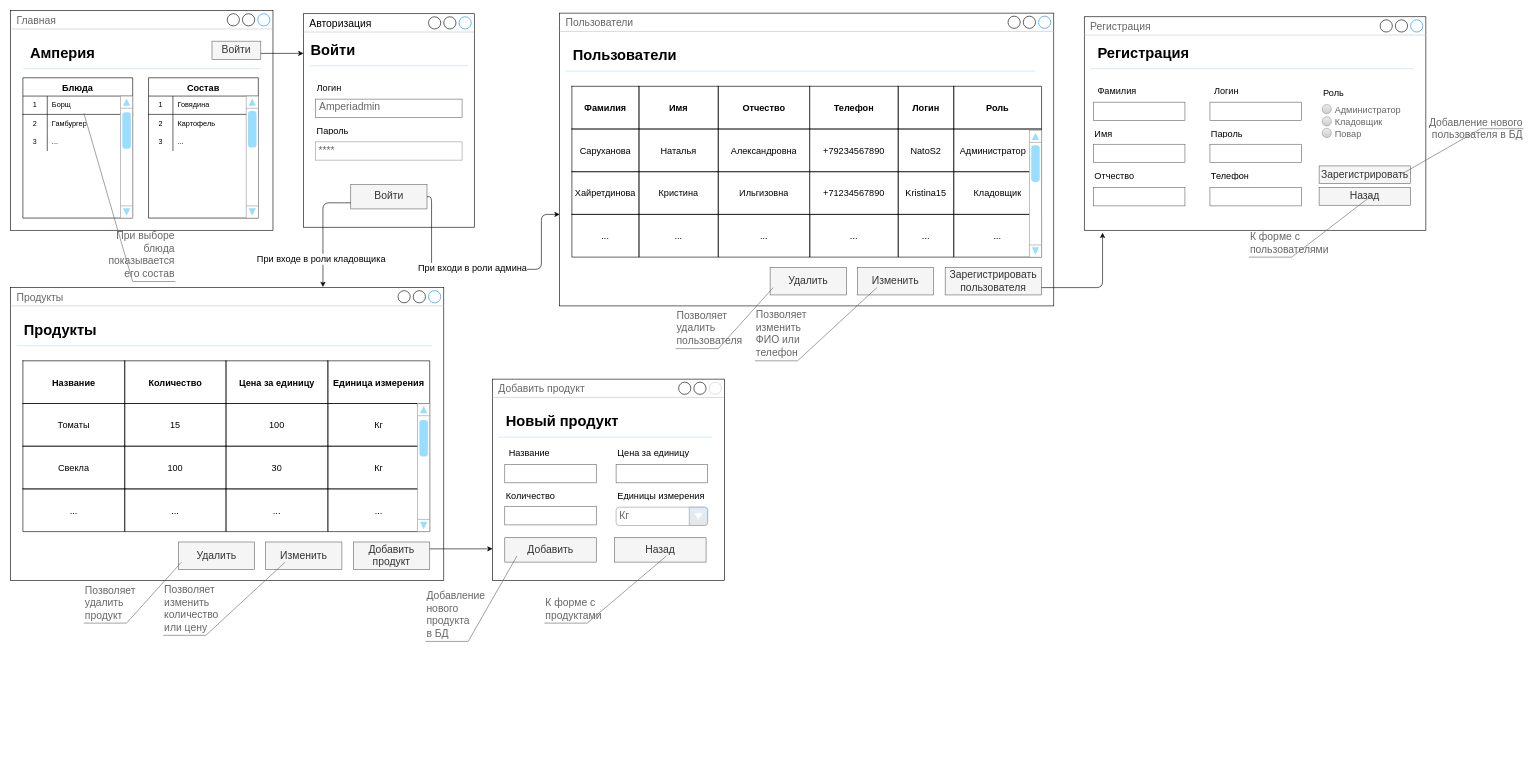
Natasaruk/PPMixCart keeps this draw.io diagram as Untitled Diagram.drawio. Above is the earlier version. Source tidied: cells renumbered, new cells numbered last; positions are measured from the earlier drawing's top-left corner, leaving out a move shared by most shapes. Both pictures are drawn from the tidied source at 61%, with x=0, y=0 at pixel (10, 10).
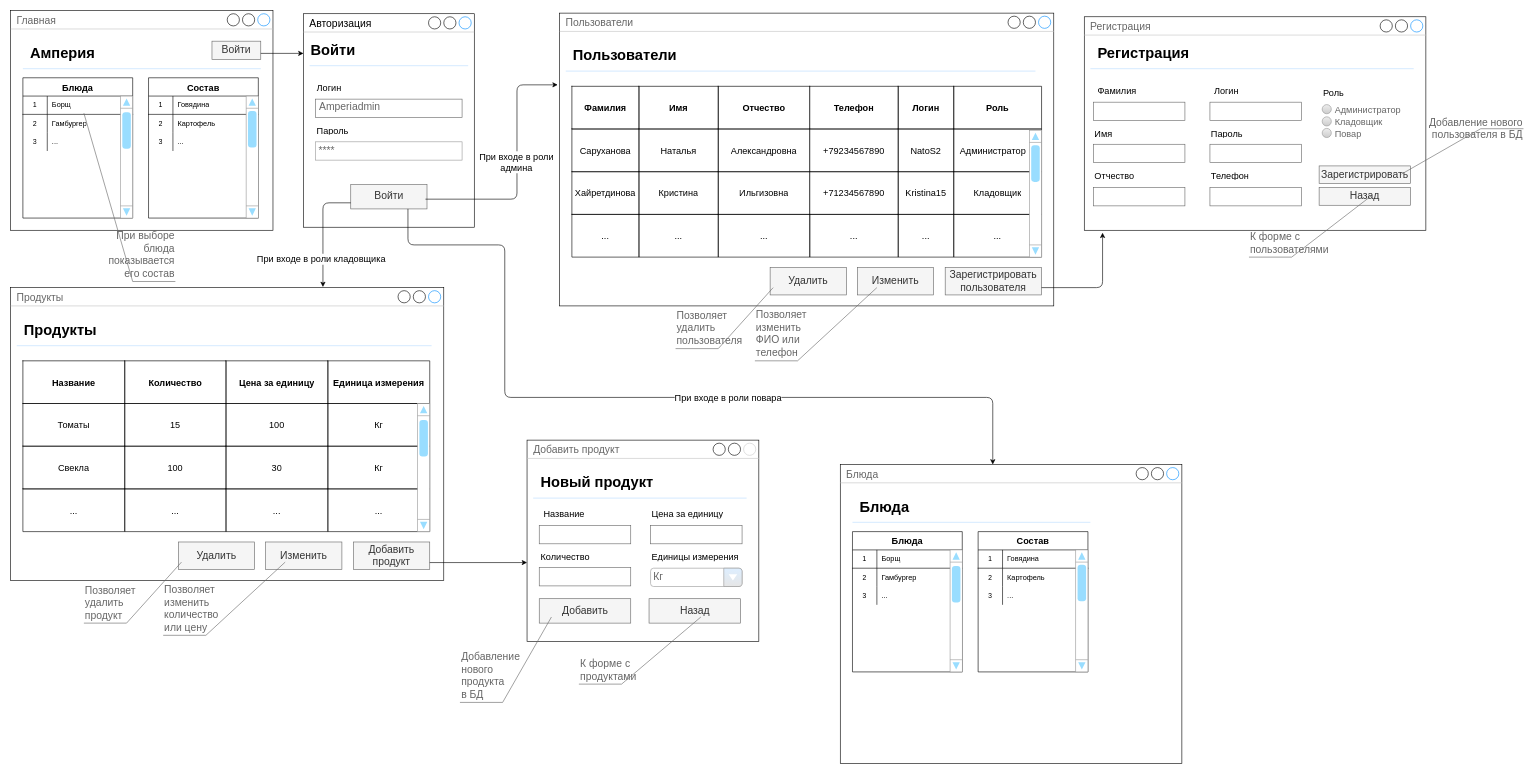
Above is the later version.

Unchanged cells that the change refers to:
```xml
<mxCell id="12" value="Войти" style="rounded=0;whiteSpace=wrap;html=1;fontSize=17;fillColor=#f5f5f5;strokeColor=#666666;fontColor=#333333;align=center;" parent="1" vertex="1">
  <mxGeometry x="557.5" y="285" width="125" height="40" as="geometry" />
</mxCell>
<mxCell id="93" value="Добавить продукт" style="rounded=0;whiteSpace=wrap;html=1;fontSize=17;fillColor=#f5f5f5;strokeColor=#666666;fontColor=#333333;align=center;" parent="1" vertex="1">
  <mxGeometry x="562" y="871" width="125" height="45" as="geometry" />
</mxCell>
<mxCell id="105" value="Пользователи" style="strokeWidth=1;shadow=0;dashed=0;align=center;html=1;shape=mxgraph.mockup.containers.window;align=left;verticalAlign=top;spacingLeft=8;strokeColor2=#008cff;strokeColor3=#c4c4c4;fontColor=#666666;mainText=;fontSize=17;labelBackgroundColor=none;rounded=0;sketch=0;gradientColor=none;" parent="1" vertex="1">
  <mxGeometry x="900" y="4" width="810" height="480" as="geometry" />
</mxCell>
```

What changed in the source:
```diff
@@
     <mxCell id="30" value="Добавить продукт" style="strokeWidth=1;shadow=0;dashed=0;align=center;html=1;shape=mxgraph.mockup.containers.window;align=left;verticalAlign=top;spacingLeft=8;strokeColor2=#CCCCCC;strokeColor3=#c4c4c4;fontColor=#666666;mainText=;fontSize=17;labelBackgroundColor=none;gradientColor=none;" parent="1" vertex="1">
-      <mxGeometry x="790" y="604" width="380" height="330" as="geometry" />
+      <mxGeometry x="846.5" y="704" width="380" height="330" as="geometry" />
     </mxCell>
     <mxCell id="31" value="Новый продукт" style="text;strokeColor=none;fillColor=none;html=1;fontSize=24;fontStyle=1;verticalAlign=middle;align=left;" parent="1" vertex="1">
-      <mxGeometry x="810" y="654" width="100" height="40" as="geometry" />
+      <mxGeometry x="866.5" y="754" width="100" height="40" as="geometry" />
     </mxCell>
     <mxCell id="32" style="shape=line;strokeColor=#ddeeff;strokeWidth=2;html=1;align=left;" parent="1" vertex="1">
-      <mxGeometry x="800" y="694" width="350" height="10" as="geometry" />
+      <mxGeometry x="856.5" y="794" width="350" height="10" as="geometry" />
     </mxCell>
     <mxCell id="33" value="Цена за единицу" style="text;html=1;strokeColor=none;fillColor=none;align=left;verticalAlign=middle;whiteSpace=wrap;overflow=hidden;fontSize=15;" parent="1" vertex="1">
-      <mxGeometry x="992.5" y="714" width="160" height="20" as="geometry" />
+      <mxGeometry x="1049" y="814" width="160" height="20" as="geometry" />
     </mxCell>
     <mxCell id="34" value="Количество" style="text;html=1;strokeColor=none;fillColor=none;align=left;verticalAlign=middle;whiteSpace=wrap;overflow=hidden;fontSize=15;" parent="1" vertex="1">
-      <mxGeometry x="810" y="784" width="100" height="20" as="geometry" />
+      <mxGeometry x="866.5" y="884" width="100" height="20" as="geometry" />
     </mxCell>
     <mxCell id="35" value="Название" style="text;html=1;strokeColor=none;fillColor=none;align=left;verticalAlign=middle;whiteSpace=wrap;overflow=hidden;fontSize=15;" parent="1" vertex="1">
-      <mxGeometry x="815" y="714" width="80" height="20" as="geometry" />
+      <mxGeometry x="871.5" y="814" width="80" height="20" as="geometry" />
     </mxCell>
     <mxCell id="36" style="strokeWidth=1;shadow=0;dashed=0;align=left;html=1;shape=mxgraph.mockup.text.textBox;fontColor=#666666;align=left;fontSize=17;spacingLeft=4;spacingTop=-3;strokeColor=#666666;mainText=;gradientColor=none;" parent="1" vertex="1">
-      <mxGeometry x="810" y="744" width="150" height="30" as="geometry" />
+      <mxGeometry x="866.5" y="844" width="150" height="30" as="geometry" />
     </mxCell>
     <mxCell id="37" style="strokeWidth=1;shadow=0;dashed=0;align=left;html=1;shape=mxgraph.mockup.text.textBox;fontColor=#666666;align=left;fontSize=17;spacingLeft=4;spacingTop=-3;strokeColor=#666666;mainText=;gradientColor=none;" parent="1" vertex="1">
-      <mxGeometry x="810" y="813" width="150" height="30" as="geometry" />
+      <mxGeometry x="866.5" y="913" width="150" height="30" as="geometry" />
     </mxCell>
     <mxCell id="38" value="Единицы измерения" style="text;html=1;strokeColor=none;fillColor=none;align=left;verticalAlign=middle;whiteSpace=wrap;overflow=hidden;fontSize=15;" parent="1" vertex="1">
-      <mxGeometry x="992.5" y="784" width="147.5" height="20" as="geometry" />
+      <mxGeometry x="1049" y="884" width="147.5" height="20" as="geometry" />
     </mxCell>
     <mxCell id="39" style="strokeWidth=1;shadow=0;dashed=0;align=left;html=1;shape=mxgraph.mockup.text.textBox;fontColor=#666666;align=left;fontSize=17;spacingLeft=4;spacingTop=-3;strokeColor=#666666;mainText=;gradientColor=none;" parent="1" vertex="1">
-      <mxGeometry x="992.5" y="744" width="150" height="30" as="geometry" />
+      <mxGeometry x="1049" y="844" width="150" height="30" as="geometry" />
     </mxCell>
     <mxCell id="40" value="Кг" style="strokeWidth=1;shadow=0;dashed=0;align=center;html=1;shape=mxgraph.mockup.forms.comboBox;strokeColor=#999999;fillColor=#ddeeff;align=left;fillColor2=#E6E6E6;mainText=;fontColor=#666666;fontSize=17;spacingLeft=3;labelBackgroundColor=none;sketch=0;" parent="1" vertex="1">
-      <mxGeometry x="992.5" y="814" width="150" height="30" as="geometry" />
+      <mxGeometry x="1049" y="914" width="150" height="30" as="geometry" />
     </mxCell>
     <mxCell id="41" value="Добавить" style="rounded=0;whiteSpace=wrap;html=1;fontSize=17;fillColor=#f5f5f5;strokeColor=#666666;fontColor=#333333;align=center;" parent="1" vertex="1">
-      <mxGeometry x="810" y="864" width="150" height="40" as="geometry" />
+      <mxGeometry x="866.5" y="964" width="150" height="40" as="geometry" />
     </mxCell>
@@
-    <mxCell id="98" style="edgeStyle=segmentEdgeStyle;endArrow=classic;html=1;fontSize=15;exitX=1;exitY=0.25;exitDx=0;exitDy=0;" parent="1" edge="1" source="93" target="30">
+    <mxCell id="98" style="edgeStyle=segmentEdgeStyle;endArrow=classic;html=1;fontSize=15;exitX=1;exitY=0.75;exitDx=0;exitDy=0;" parent="1" edge="1" source="93" target="30">
       <mxGeometry relative="1" as="geometry" />
     </mxCell>
@@
     <mxCell id="101" value="Добавление&lt;br&gt;нового&lt;br&gt;продукта&lt;br&gt;в БД" style="strokeWidth=1;shadow=0;dashed=0;align=center;html=1;shape=mxgraph.mockup.text.callout;linkText=;textSize=17;textColor=#666666;callDir=SW;callStyle=line;fontSize=17;fontColor=#666666;align=left;verticalAlign=bottom;strokeColor=#666666;rounded=0;labelBackgroundColor=none;sketch=0;gradientColor=none;" parent="1" vertex="1">
-      <mxGeometry x="680" y="894" width="150" height="140" as="geometry" />
+      <mxGeometry x="736.5" y="994" width="150" height="140" as="geometry" />
     </mxCell>
     <mxCell id="102" value="Назад" style="rounded=0;whiteSpace=wrap;html=1;fontSize=17;fillColor=#f5f5f5;strokeColor=#666666;fontColor=#333333;align=center;" parent="1" vertex="1">
-      <mxGeometry x="990" y="864" width="150" height="40" as="geometry" />
+      <mxGeometry x="1046.5" y="964" width="150" height="40" as="geometry" />
     </mxCell>
     <mxCell id="103" value="К форме с &lt;br&gt;продуктами" style="strokeWidth=1;shadow=0;dashed=0;align=center;html=1;shape=mxgraph.mockup.text.callout;linkText=;textSize=17;textColor=#666666;callDir=SW;callStyle=line;fontSize=17;fontColor=#666666;align=left;verticalAlign=bottom;strokeColor=#666666;rounded=0;labelBackgroundColor=none;sketch=0;gradientColor=none;" parent="1" vertex="1">
-      <mxGeometry x="875" y="894" width="200" height="110" as="geometry" />
+      <mxGeometry x="931.5" y="994" width="200" height="110" as="geometry" />
     </mxCell>
@@
-    <mxCell id="147" style="edgeStyle=segmentEdgeStyle;endArrow=classic;html=1;fontSize=15;exitX=1;exitY=0.5;exitDx=0;exitDy=0;" parent="1" edge="1" source="12">
-      <mxGeometry relative="1" as="geometry">
-        <mxPoint x="900" y="334" as="targetPoint" />
-        <Array as="points">
-          <mxPoint x="690" y="305" />
-          <mxPoint x="690" y="424" />
-          <mxPoint x="870" y="424" />
-          <mxPoint x="870" y="334" />
-        </Array>
-      </mxGeometry>
-    </mxCell>
-    <mxCell id="148" value="При входи в роли админа" style="edgeLabel;html=1;align=center;verticalAlign=middle;fontSize=15;" parent="147" vertex="1">
-      <mxGeometry x="0.03" y="3" relative="1" as="geometry">
-        <mxPoint x="-27" as="offset" />
-      </mxGeometry>
-    </mxCell>
@@
+    <mxCell id="152" style="edgeStyle=elbowEdgeStyle;elbow=horizontal;endArrow=classic;html=1;fontSize=15;entryX=-0.004;entryY=0.245;entryDx=0;entryDy=0;entryPerimeter=0;" parent="1" edge="1" target="105">
+      <mxGeometry relative="1" as="geometry">
+        <mxPoint x="680" y="309" as="sourcePoint" />
+        <Array as="points">
+          <mxPoint x="830" y="214" />
+        </Array>
+      </mxGeometry>
+    </mxCell>
+    <mxCell id="153" value="При входе в роли&lt;br&gt;админа" style="edgeLabel;html=1;align=center;verticalAlign=middle;fontSize=15;" parent="152" vertex="1">
+      <mxGeometry x="0.05" y="2" relative="1" as="geometry" />
+    </mxCell>
+    <mxCell id="154" style="edgeStyle=segmentEdgeStyle;endArrow=classic;html=1;fontSize=15;exitX=0.75;exitY=1;exitDx=0;exitDy=0;" parent="1" edge="1" source="12">
+      <mxGeometry relative="1" as="geometry">
+        <mxPoint x="1610" y="744" as="targetPoint" />
+        <Array as="points">
+          <mxPoint x="651" y="384" />
+          <mxPoint x="810" y="384" />
+          <mxPoint x="810" y="634" />
+          <mxPoint x="1610" y="634" />
+        </Array>
+      </mxGeometry>
+    </mxCell>
+    <mxCell id="155" value="При входе в роли повара" style="edgeLabel;html=1;align=center;verticalAlign=middle;fontSize=15;" parent="154" vertex="1">
+      <mxGeometry x="0.21" y="1" relative="1" as="geometry">
+        <mxPoint x="-1" as="offset" />
+      </mxGeometry>
+    </mxCell>
+    <mxCell id="156" value="Блюда" style="strokeWidth=1;shadow=0;dashed=0;align=center;html=1;shape=mxgraph.mockup.containers.window;align=left;verticalAlign=top;spacingLeft=8;strokeColor2=#008cff;strokeColor3=#c4c4c4;fontColor=#666666;mainText=;fontSize=17;labelBackgroundColor=none;rounded=0;sketch=0;gradientColor=none;" parent="1" vertex="1">
+      <mxGeometry x="1360" y="744" width="560" height="490" as="geometry" />
+    </mxCell>
+    <mxCell id="157" value="Блюда" style="shape=table;startSize=30;childLayout=tableLayout;rowLines=0;fontStyle=1;align=center;rounded=0;shadow=0;labelBackgroundColor=none;sketch=0;fontSize=15;gradientColor=none;" parent="1" vertex="1">
+      <mxGeometry x="1380" y="854" width="180" height="230" as="geometry" />
+    </mxCell>
+    <mxCell id="158" style="shape=partialRectangle;html=1;whiteSpace=wrap;fillColor=none;top=0;left=0;bottom=1;right=0;" parent="157" vertex="1">
+      <mxGeometry y="30" width="180" height="30" as="geometry" />
+    </mxCell>
+    <mxCell id="159" value="1" style="shape=partialRectangle;html=1;whiteSpace=wrap;fillColor=none;top=0;left=0;bottom=0;right=0;overflow=hidden;" parent="158" vertex="1">
+      <mxGeometry width="40" height="30" as="geometry" />
+    </mxCell>
+    <mxCell id="160" value="Борщ" style="shape=partialRectangle;html=1;whiteSpace=wrap;fillColor=none;top=0;left=0;bottom=0;right=0;align=left;spacingLeft=6;overflow=hidden;" parent="158" vertex="1">
+      <mxGeometry x="40" width="140" height="30" as="geometry" />
+    </mxCell>
+    <mxCell id="161" style="shape=partialRectangle;html=1;whiteSpace=wrap;fillColor=none;top=0;left=0;bottom=0;right=0;" parent="157" vertex="1">
+      <mxGeometry y="60" width="180" height="30" as="geometry" />
+    </mxCell>
+    <mxCell id="162" value="2" style="shape=partialRectangle;html=1;whiteSpace=wrap;fillColor=none;top=0;left=0;bottom=0;right=0;overflow=hidden;" parent="161" vertex="1">
+      <mxGeometry width="40" height="30" as="geometry" />
+    </mxCell>
+    <mxCell id="163" value="Гамбургер" style="shape=partialRectangle;html=1;whiteSpace=wrap;fillColor=none;top=0;left=0;bottom=0;right=0;align=left;spacingLeft=6;overflow=hidden;" parent="161" vertex="1">
+      <mxGeometry x="40" width="140" height="30" as="geometry" />
+    </mxCell>
+    <mxCell id="164" style="shape=partialRectangle;html=1;whiteSpace=wrap;fillColor=none;top=0;left=0;bottom=0;right=0;" parent="157" vertex="1">
+      <mxGeometry y="90" width="180" height="30" as="geometry" />
+    </mxCell>
+    <mxCell id="165" value="3" style="shape=partialRectangle;html=1;whiteSpace=wrap;fillColor=none;top=0;left=0;bottom=0;right=0;overflow=hidden;" parent="164" vertex="1">
+      <mxGeometry width="40" height="30" as="geometry" />
+    </mxCell>
+    <mxCell id="166" value="..." style="shape=partialRectangle;html=1;whiteSpace=wrap;fillColor=none;top=0;left=0;bottom=0;right=0;align=left;spacingLeft=6;overflow=hidden;" parent="164" vertex="1">
+      <mxGeometry x="40" width="140" height="30" as="geometry" />
+    </mxCell>
+    <mxCell id="167" style="verticalLabelPosition=bottom;shadow=0;dashed=0;align=center;html=1;verticalAlign=top;strokeWidth=1;shape=mxgraph.mockup.navigation.scrollBar;strokeColor=#999999;barPos=93.667;fillColor2=#99ddff;strokeColor2=none;direction=north;rounded=0;labelBackgroundColor=none;sketch=0;fontSize=15;gradientColor=none;" parent="1" vertex="1">
+      <mxGeometry x="1540" y="884" width="20" height="200" as="geometry" />
+    </mxCell>
+    <mxCell id="168" value="Блюда" style="text;strokeColor=none;fillColor=none;html=1;fontSize=24;fontStyle=1;verticalAlign=middle;align=left;" parent="1" vertex="1">
+      <mxGeometry x="1390" y="794" width="100" height="40" as="geometry" />
+    </mxCell>
+    <mxCell id="169" style="shape=line;strokeColor=#ddeeff;strokeWidth=2;html=1;align=left;" parent="1" vertex="1">
+      <mxGeometry x="1380" y="834" width="390" height="10" as="geometry" />
+    </mxCell>
+    <mxCell id="170" value="Состав" style="shape=table;startSize=30;childLayout=tableLayout;rowLines=0;fontStyle=1;align=center;rounded=0;shadow=0;labelBackgroundColor=none;sketch=0;fontSize=15;gradientColor=none;" parent="1" vertex="1">
+      <mxGeometry x="1586" y="854" width="180" height="230" as="geometry" />
+    </mxCell>
+    <mxCell id="171" style="shape=partialRectangle;html=1;whiteSpace=wrap;fillColor=none;top=0;left=0;bottom=1;right=0;" parent="170" vertex="1">
+      <mxGeometry y="30" width="180" height="30" as="geometry" />
+    </mxCell>
+    <mxCell id="172" value="1" style="shape=partialRectangle;html=1;whiteSpace=wrap;fillColor=none;top=0;left=0;bottom=0;right=0;overflow=hidden;" parent="171" vertex="1">
+      <mxGeometry width="40" height="30" as="geometry" />
+    </mxCell>
+    <mxCell id="173" value="Говядина" style="shape=partialRectangle;html=1;whiteSpace=wrap;fillColor=none;top=0;left=0;bottom=0;right=0;align=left;spacingLeft=6;overflow=hidden;strokeColor=none;strokeWidth=0;" parent="171" vertex="1">
+      <mxGeometry x="40" width="140" height="30" as="geometry" />
+    </mxCell>
+    <mxCell id="174" style="shape=partialRectangle;html=1;whiteSpace=wrap;fillColor=none;top=0;left=0;bottom=0;right=0;" parent="170" vertex="1">
+      <mxGeometry y="60" width="180" height="30" as="geometry" />
+    </mxCell>
+    <mxCell id="175" value="2" style="shape=partialRectangle;html=1;whiteSpace=wrap;fillColor=none;top=0;left=0;bottom=0;right=0;overflow=hidden;strokeColor=none;" parent="174" vertex="1">
+      <mxGeometry width="40" height="30" as="geometry" />
+    </mxCell>
+    <mxCell id="176" value="Картофель" style="shape=partialRectangle;html=1;whiteSpace=wrap;fillColor=none;top=0;left=0;bottom=0;right=0;align=left;spacingLeft=6;overflow=hidden;strokeColor=none;" parent="174" vertex="1">
+      <mxGeometry x="40" width="140" height="30" as="geometry" />
+    </mxCell>
+    <mxCell id="177" style="shape=partialRectangle;html=1;whiteSpace=wrap;fillColor=none;top=0;left=0;bottom=0;right=0;" parent="170" vertex="1">
+      <mxGeometry y="90" width="180" height="30" as="geometry" />
+    </mxCell>
+    <mxCell id="178" value="3" style="shape=partialRectangle;html=1;whiteSpace=wrap;fillColor=none;top=0;left=0;bottom=0;right=0;overflow=hidden;" parent="177" vertex="1">
+      <mxGeometry width="40" height="30" as="geometry" />
+    </mxCell>
+    <mxCell id="179" value="..." style="shape=partialRectangle;html=1;whiteSpace=wrap;fillColor=none;top=0;left=0;bottom=0;right=0;align=left;spacingLeft=6;overflow=hidden;" parent="177" vertex="1">
+      <mxGeometry x="40" width="140" height="30" as="geometry" />
+    </mxCell>
+    <mxCell id="180" style="verticalLabelPosition=bottom;shadow=0;dashed=0;align=center;html=1;verticalAlign=top;strokeWidth=1;shape=mxgraph.mockup.navigation.scrollBar;strokeColor=#999999;barPos=95.667;fillColor2=#99ddff;strokeColor2=none;direction=north;rounded=0;labelBackgroundColor=none;sketch=0;fontSize=15;gradientColor=none;" parent="1" vertex="1">
+      <mxGeometry x="1746" y="884" width="20" height="200" as="geometry" />
+    </mxCell>
```
